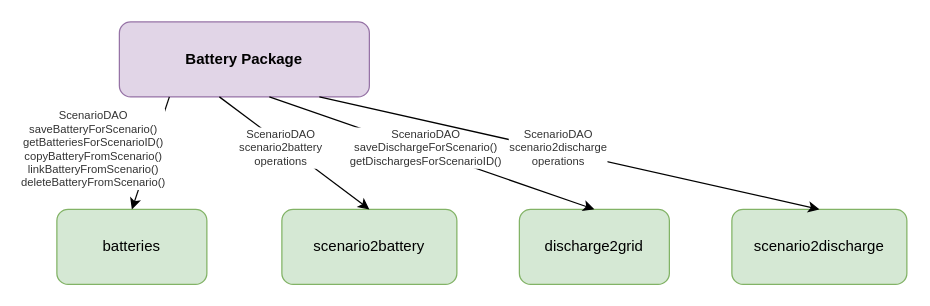
Tonyslogic/comparetout keeps this draw.io diagram as docs/model/battery-package.drawio. Above is the earlier version. Source tidied: cells renumbered, new cells numbered last; positions are measured from the earlier drawing's top-left corner, leaving out a move shared by most shapes. Both pictures are drawn from the tidied source at 125%, with x=0, y=0 at pixel (56, 21).
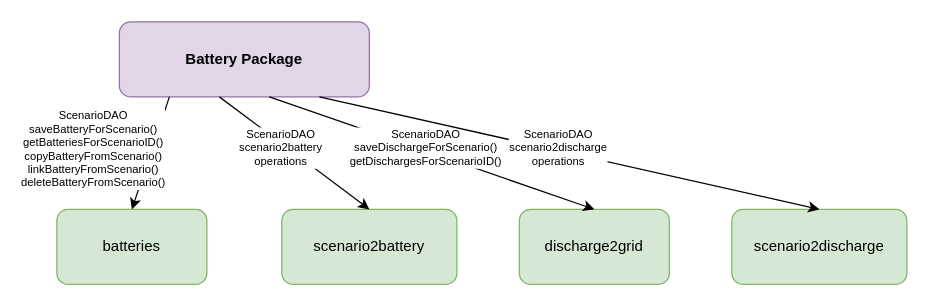
The same page after the edit.

The edit, as a diff of the source:
```diff
@@
 <mxGraphModel>
   <root>
     <mxCell id="0" />
     <mxCell id="1" parent="0" />
     <mxCell id="2" value="Battery Package" style="rounded=1;whiteSpace=wrap;html=1;fillColor=#E1D5E7;strokeColor=#9673A6;fontColor=#000000;fontStyle=1;" parent="1" vertex="1">
       <mxGeometry x="50" width="200" height="60" as="geometry" />
     </mxCell>
     <mxCell id="3" value="batteries" style="rounded=1;whiteSpace=wrap;html=1;fillColor=#D5E8D4;strokeColor=#82B366;fontColor=#000000;" parent="1" vertex="1">
       <mxGeometry y="150" width="120" height="60" as="geometry" />
     </mxCell>
     <mxCell id="4" value="scenario2battery" style="rounded=1;whiteSpace=wrap;html=1;fillColor=#D5E8D4;strokeColor=#82B366;fontColor=#000000;" parent="1" vertex="1">
       <mxGeometry x="180" y="150" width="140" height="60" as="geometry" />
     </mxCell>
     <mxCell id="5" value="discharge2grid" style="rounded=1;whiteSpace=wrap;html=1;fillColor=#D5E8D4;strokeColor=#82B366;fontColor=#000000;" parent="1" vertex="1">
       <mxGeometry x="370" y="150" width="120" height="60" as="geometry" />
     </mxCell>
     <mxCell id="6" value="scenario2discharge" style="rounded=1;whiteSpace=wrap;html=1;fillColor=#D5E8D4;strokeColor=#82B366;fontColor=#000000;" parent="1" vertex="1">
       <mxGeometry x="540" y="150" width="140" height="60" as="geometry" />
     </mxCell>
     <mxCell id="7" style="endArrow=classic;html=1;rounded=1;exitX=0.2;exitY=1;exitDx=0;exitDy=0;entryX=0.5;entryY=0;entryDx=0;entryDy=0;" parent="1" edge="1" source="2" target="3">
       <mxGeometry relative="1" as="geometry" />
     </mxCell>
-    <mxCell id="8" value="ScenarioDAO&#10;saveBatteryForScenario()&#10;getBatteriesForScenarioID()&#10;copyBatteryFromScenario()&#10;linkBatteryFromScenario()&#10;deleteBatteryFromScenario()" style="edgeLabel;html=1;align=center;verticalAlign=middle;fontSize=9;fontColor=#333333;" parent="7" vertex="1">
+    <mxCell id="8" value="ScenarioDAO&#10;saveBatteryForScenario()&#10;getBatteriesForScenarioID()&#10;copyBatteryFromScenario()&#10;linkBatteryFromScenario()&#10;deleteBatteryFromScenario()" style="edgeLabel;html=1;align=center;verticalAlign=middle;fontSize=9;fontColor=#000000;labelBackgroundColor=#FFFFFF;" parent="7" vertex="1">
       <mxGeometry x="-0.2" y="1" relative="1" as="geometry">
         <mxPoint x="-50" y="5" as="offset" />
       </mxGeometry>
     </mxCell>
     <mxCell id="9" style="endArrow=classic;html=1;rounded=1;exitX=0.4;exitY=1;exitDx=0;exitDy=0;entryX=0.5;entryY=0;entryDx=0;entryDy=0;" parent="1" edge="1" source="2" target="4">
       <mxGeometry relative="1" as="geometry" />
     </mxCell>
-    <mxCell id="10" value="ScenarioDAO&#10;scenario2battery&#10;operations" style="edgeLabel;html=1;align=center;verticalAlign=middle;fontSize=9;fontColor=#333333;" parent="9" vertex="1">
+    <mxCell id="10" value="ScenarioDAO&#10;scenario2battery&#10;operations" style="edgeLabel;html=1;align=center;verticalAlign=middle;fontSize=9;fontColor=#000000;labelBackgroundColor=#FFFFFF;" parent="9" vertex="1">
       <mxGeometry x="-0.2" y="1" relative="1" as="geometry">
         <mxPoint y="5" as="offset" />
       </mxGeometry>
     </mxCell>
     <mxCell id="11" style="endArrow=classic;html=1;rounded=1;exitX=0.6;exitY=1;exitDx=0;exitDy=0;entryX=0.5;entryY=0;entryDx=0;entryDy=0;" parent="1" edge="1" source="2" target="5">
       <mxGeometry relative="1" as="geometry" />
     </mxCell>
-    <mxCell id="12" value="ScenarioDAO&#10;saveDischargeForScenario()&#10;getDischargesForScenarioID()" style="edgeLabel;html=1;align=center;verticalAlign=middle;fontSize=9;fontColor=#333333;" parent="11" vertex="1">
+    <mxCell id="12" value="ScenarioDAO&#10;saveDischargeForScenario()&#10;getDischargesForScenarioID()" style="edgeLabel;html=1;align=center;verticalAlign=middle;fontSize=9;fontColor=#000000;labelBackgroundColor=#FFFFFF;" parent="11" vertex="1">
       <mxGeometry x="-0.2" y="1" relative="1" as="geometry">
         <mxPoint x="20" y="5" as="offset" />
       </mxGeometry>
     </mxCell>
     <mxCell id="13" style="endArrow=classic;html=1;rounded=1;exitX=0.8;exitY=1;exitDx=0;exitDy=0;entryX=0.5;entryY=0;entryDx=0;entryDy=0;" parent="1" edge="1" source="2" target="6">
       <mxGeometry relative="1" as="geometry" />
     </mxCell>
-    <mxCell id="14" value="ScenarioDAO&#10;scenario2discharge&#10;operations" style="edgeLabel;html=1;align=center;verticalAlign=middle;fontSize=9;fontColor=#333333;" parent="13" vertex="1">
+    <mxCell id="14" value="ScenarioDAO&#10;scenario2discharge&#10;operations" style="edgeLabel;html=1;align=center;verticalAlign=middle;fontSize=9;fontColor=#000000;labelBackgroundColor=#FFFFFF;" parent="13" vertex="1">
       <mxGeometry x="-0.2" y="1" relative="1" as="geometry">
         <mxPoint x="30" y="5" as="offset" />
       </mxGeometry>
     </mxCell>
   </root>
 </mxGraphModel>
```
